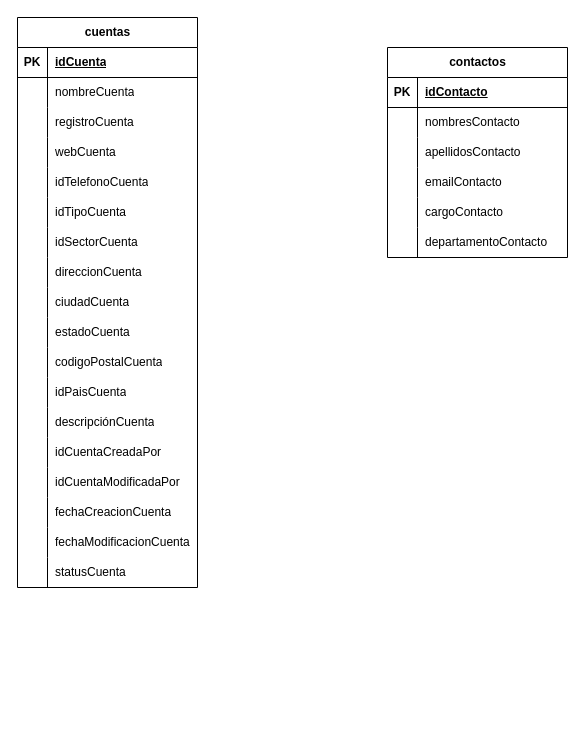
Before: bd people.drawio in ocpdata/BDPeople, a draw.io diagram. Source tidied: cells renumbered, new cells numbered last; positions are measured from the earlier drawing's top-left corner, leaving out a move shared by most shapes. Both pictures are drawn from the tidied source at 100%, with x=0, y=0 at pixel (17, 17).
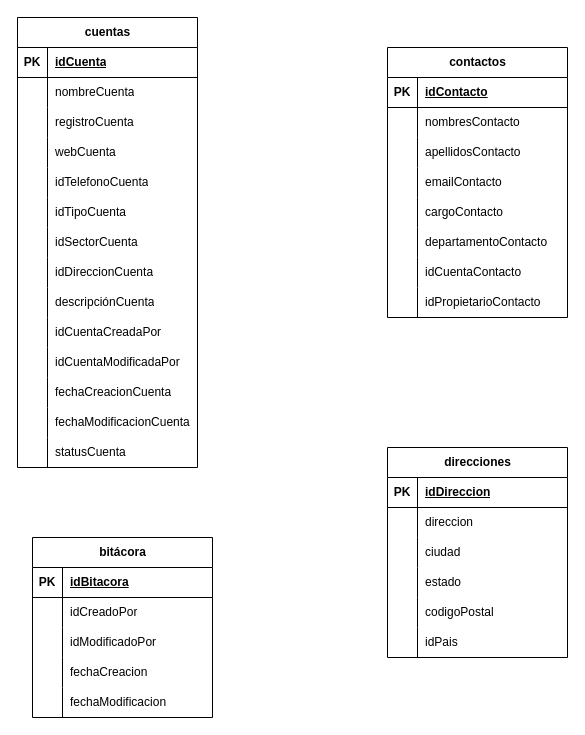
Above is the later version.

Unchanged cells that the change refers to:
```xml
<mxCell id="24" style="shape=tableRow;horizontal=0;startSize=0;swimlaneHead=0;swimlaneBody=0;fillColor=none;top=0;left=0;right=0;bottom=0;" parent="2" vertex="1">
  <mxGeometry y="240" width="180" height="30" as="geometry" />
</mxCell>
```

The edit, as a diff of the source:
```diff
@@
     <mxCell id="2" value="cuentas" style="shape=table;startSize=30;childLayout=tableLayout;rowLines=0;fontStyle=1;align=center;html=1;" parent="1" vertex="1">
-      <mxGeometry width="180" height="570" as="geometry" />
+      <mxGeometry width="180" height="450" as="geometry" />
     </mxCell>
@@
-    <mxCell id="26" value="direccionCuenta" style="shape=partialRectangle;fillColor=none;top=0;left=0;bottom=0;right=0;align=left;spacingLeft=6;overflow=hidden;whiteSpace=wrap;html=1;" parent="24" vertex="1">
+    <mxCell id="26" value="idDireccionCuenta" style="shape=partialRectangle;fillColor=none;top=0;left=0;bottom=0;right=0;align=left;spacingLeft=6;overflow=hidden;whiteSpace=wrap;html=1;" parent="24" vertex="1">
       <mxGeometry x="30" width="150" height="30" as="geometry" />
     </mxCell>
-    <mxCell id="27" style="shape=tableRow;horizontal=0;startSize=0;swimlaneHead=0;swimlaneBody=0;fillColor=none;top=0;left=0;right=0;bottom=0;" parent="2" vertex="1">
-      <mxGeometry y="270" width="180" height="30" as="geometry" />
-    </mxCell>
-    <mxCell id="28" style="shape=partialRectangle;fillColor=none;top=0;left=0;bottom=0;right=0;overflow=hidden;whiteSpace=wrap;html=1;" parent="27" vertex="1">
-      <mxGeometry width="30" height="30" as="geometry" />
-    </mxCell>
-    <mxCell id="29" value="ciudadCuenta" style="shape=partialRectangle;fillColor=none;top=0;left=0;bottom=0;right=0;align=left;spacingLeft=6;overflow=hidden;whiteSpace=wrap;html=1;" parent="27" vertex="1">
-      <mxGeometry x="30" width="150" height="30" as="geometry" />
-    </mxCell>
-    <mxCell id="30" style="shape=tableRow;horizontal=0;startSize=0;swimlaneHead=0;swimlaneBody=0;fillColor=none;top=0;left=0;right=0;bottom=0;" parent="2" vertex="1">
-      <mxGeometry y="300" width="180" height="30" as="geometry" />
-    </mxCell>
-    <mxCell id="31" style="shape=partialRectangle;fillColor=none;top=0;left=0;bottom=0;right=0;overflow=hidden;whiteSpace=wrap;html=1;" parent="30" vertex="1">
-      <mxGeometry width="30" height="30" as="geometry" />
-    </mxCell>
-    <mxCell id="32" value="estadoCuenta" style="shape=partialRectangle;fillColor=none;top=0;left=0;bottom=0;right=0;align=left;spacingLeft=6;overflow=hidden;whiteSpace=wrap;html=1;" parent="30" vertex="1">
-      <mxGeometry x="30" width="150" height="30" as="geometry" />
-    </mxCell>
-    <mxCell id="33" style="shape=tableRow;horizontal=0;startSize=0;swimlaneHead=0;swimlaneBody=0;fillColor=none;top=0;left=0;right=0;bottom=0;" parent="2" vertex="1">
-      <mxGeometry y="330" width="180" height="30" as="geometry" />
-    </mxCell>
-    <mxCell id="34" style="shape=partialRectangle;fillColor=none;top=0;left=0;bottom=0;right=0;overflow=hidden;whiteSpace=wrap;html=1;" parent="33" vertex="1">
-      <mxGeometry width="30" height="30" as="geometry" />
-    </mxCell>
-    <mxCell id="35" value="codigoPostalCuenta" style="shape=partialRectangle;fillColor=none;top=0;left=0;bottom=0;right=0;align=left;spacingLeft=6;overflow=hidden;whiteSpace=wrap;html=1;" parent="33" vertex="1">
-      <mxGeometry x="30" width="150" height="30" as="geometry" />
-    </mxCell>
-    <mxCell id="36" style="shape=tableRow;horizontal=0;startSize=0;swimlaneHead=0;swimlaneBody=0;fillColor=none;top=0;left=0;right=0;bottom=0;" parent="2" vertex="1">
-      <mxGeometry y="360" width="180" height="30" as="geometry" />
-    </mxCell>
-    <mxCell id="37" style="shape=partialRectangle;fillColor=none;top=0;left=0;bottom=0;right=0;overflow=hidden;whiteSpace=wrap;html=1;" parent="36" vertex="1">
-      <mxGeometry width="30" height="30" as="geometry" />
-    </mxCell>
-    <mxCell id="38" value="idPaisCuenta" style="shape=partialRectangle;fillColor=none;top=0;left=0;bottom=0;right=0;align=left;spacingLeft=6;overflow=hidden;whiteSpace=wrap;html=1;" parent="36" vertex="1">
-      <mxGeometry x="30" width="150" height="30" as="geometry" />
-    </mxCell>
     <mxCell id="39" style="shape=tableRow;horizontal=0;startSize=0;swimlaneHead=0;swimlaneBody=0;fillColor=none;top=0;left=0;right=0;bottom=0;" parent="2" vertex="1">
-      <mxGeometry y="390" width="180" height="30" as="geometry" />
+      <mxGeometry y="270" width="180" height="30" as="geometry" />
     </mxCell>
@@
     <mxCell id="42" style="shape=tableRow;horizontal=0;startSize=0;swimlaneHead=0;swimlaneBody=0;fillColor=none;top=0;left=0;right=0;bottom=0;" parent="2" vertex="1">
-      <mxGeometry y="420" width="180" height="30" as="geometry" />
+      <mxGeometry y="300" width="180" height="30" as="geometry" />
     </mxCell>
@@
     <mxCell id="45" style="shape=tableRow;horizontal=0;startSize=0;swimlaneHead=0;swimlaneBody=0;fillColor=none;top=0;left=0;right=0;bottom=0;" parent="2" vertex="1">
-      <mxGeometry y="450" width="180" height="30" as="geometry" />
+      <mxGeometry y="330" width="180" height="30" as="geometry" />
     </mxCell>
@@
     <mxCell id="48" style="shape=tableRow;horizontal=0;startSize=0;swimlaneHead=0;swimlaneBody=0;fillColor=none;top=0;left=0;right=0;bottom=0;" parent="2" vertex="1">
-      <mxGeometry y="480" width="180" height="30" as="geometry" />
+      <mxGeometry y="360" width="180" height="30" as="geometry" />
     </mxCell>
@@
     <mxCell id="51" style="shape=tableRow;horizontal=0;startSize=0;swimlaneHead=0;swimlaneBody=0;fillColor=none;top=0;left=0;right=0;bottom=0;" parent="2" vertex="1">
-      <mxGeometry y="510" width="180" height="30" as="geometry" />
+      <mxGeometry y="390" width="180" height="30" as="geometry" />
     </mxCell>
@@
     <mxCell id="54" style="shape=tableRow;horizontal=0;startSize=0;swimlaneHead=0;swimlaneBody=0;fillColor=none;top=0;left=0;right=0;bottom=0;" parent="2" vertex="1">
-      <mxGeometry y="540" width="180" height="30" as="geometry" />
+      <mxGeometry y="420" width="180" height="30" as="geometry" />
     </mxCell>
@@
     <mxCell id="57" value="contactos" style="shape=table;startSize=30;childLayout=tableLayout;rowLines=0;fontStyle=1;align=center;html=1;" parent="1" vertex="1">
-      <mxGeometry x="370" y="30" width="180" height="210" as="geometry" />
+      <mxGeometry x="370" y="30" width="180" height="270" as="geometry" />
     </mxCell>
@@
+    <mxCell id="76" style="shape=tableRow;horizontal=0;startSize=0;swimlaneHead=0;swimlaneBody=0;fillColor=none;top=0;left=0;right=0;bottom=0;" parent="57" vertex="1">
+      <mxGeometry y="210" width="180" height="30" as="geometry" />
+    </mxCell>
+    <mxCell id="77" style="shape=partialRectangle;fillColor=none;top=0;left=0;bottom=0;right=0;overflow=hidden;whiteSpace=wrap;html=1;" parent="76" vertex="1">
+      <mxGeometry width="30" height="30" as="geometry" />
+    </mxCell>
+    <mxCell id="78" value="idCuentaContacto" style="shape=partialRectangle;fillColor=none;top=0;left=0;bottom=0;right=0;align=left;spacingLeft=6;overflow=hidden;whiteSpace=wrap;html=1;" parent="76" vertex="1">
+      <mxGeometry x="30" width="150" height="30" as="geometry" />
+    </mxCell>
+    <mxCell id="79" style="shape=tableRow;horizontal=0;startSize=0;swimlaneHead=0;swimlaneBody=0;fillColor=none;top=0;left=0;right=0;bottom=0;" parent="57" vertex="1">
+      <mxGeometry y="240" width="180" height="30" as="geometry" />
+    </mxCell>
+    <mxCell id="80" style="shape=partialRectangle;fillColor=none;top=0;left=0;bottom=0;right=0;overflow=hidden;whiteSpace=wrap;html=1;" parent="79" vertex="1">
+      <mxGeometry width="30" height="30" as="geometry" />
+    </mxCell>
+    <mxCell id="81" value="idPropietarioContacto" style="shape=partialRectangle;fillColor=none;top=0;left=0;bottom=0;right=0;align=left;spacingLeft=6;overflow=hidden;whiteSpace=wrap;html=1;" parent="79" vertex="1">
+      <mxGeometry x="30" width="150" height="30" as="geometry" />
+    </mxCell>
+    <mxCell id="82" value="direcciones" style="shape=table;startSize=30;childLayout=tableLayout;rowLines=0;fontStyle=1;align=center;html=1;" parent="1" vertex="1">
+      <mxGeometry x="370" y="430" width="180" height="210" as="geometry" />
+    </mxCell>
+    <mxCell id="83" style="shape=tableRow;horizontal=0;startSize=0;swimlaneHead=0;swimlaneBody=0;fillColor=none;top=0;left=0;right=0;bottom=1;" parent="82" vertex="1">
+      <mxGeometry y="30" width="180" height="30" as="geometry" />
+    </mxCell>
+    <mxCell id="84" value="PK" style="shape=partialRectangle;fillColor=none;top=0;left=0;bottom=0;right=0;fontStyle=1;overflow=hidden;whiteSpace=wrap;html=1;" parent="83" vertex="1">
+      <mxGeometry width="30" height="30" as="geometry" />
+    </mxCell>
+    <mxCell id="85" value="idDireccion" style="shape=partialRectangle;fillColor=none;top=0;left=0;bottom=0;right=0;align=left;spacingLeft=6;fontStyle=5;overflow=hidden;whiteSpace=wrap;html=1;" parent="83" vertex="1">
+      <mxGeometry x="30" width="150" height="30" as="geometry" />
+    </mxCell>
+    <mxCell id="86" style="shape=tableRow;horizontal=0;startSize=0;swimlaneHead=0;swimlaneBody=0;fillColor=none;top=0;left=0;right=0;bottom=0;" parent="82" vertex="1">
+      <mxGeometry y="60" width="180" height="30" as="geometry" />
+    </mxCell>
+    <mxCell id="87" style="shape=partialRectangle;fillColor=none;top=0;left=0;bottom=0;right=0;overflow=hidden;whiteSpace=wrap;html=1;" parent="86" vertex="1">
+      <mxGeometry width="30" height="30" as="geometry" />
+    </mxCell>
+    <mxCell id="88" value="direccion" style="shape=partialRectangle;fillColor=none;top=0;left=0;bottom=0;right=0;align=left;spacingLeft=6;overflow=hidden;whiteSpace=wrap;html=1;" parent="86" vertex="1">
+      <mxGeometry x="30" width="150" height="30" as="geometry" />
+    </mxCell>
+    <mxCell id="89" style="shape=tableRow;horizontal=0;startSize=0;swimlaneHead=0;swimlaneBody=0;fillColor=none;top=0;left=0;right=0;bottom=0;" parent="82" vertex="1">
+      <mxGeometry y="90" width="180" height="30" as="geometry" />
+    </mxCell>
+    <mxCell id="90" style="shape=partialRectangle;fillColor=none;top=0;left=0;bottom=0;right=0;overflow=hidden;whiteSpace=wrap;html=1;" parent="89" vertex="1">
+      <mxGeometry width="30" height="30" as="geometry" />
+    </mxCell>
+    <mxCell id="91" value="ciudad" style="shape=partialRectangle;fillColor=none;top=0;left=0;bottom=0;right=0;align=left;spacingLeft=6;overflow=hidden;whiteSpace=wrap;html=1;" parent="89" vertex="1">
+      <mxGeometry x="30" width="150" height="30" as="geometry" />
+    </mxCell>
+    <mxCell id="92" style="shape=tableRow;horizontal=0;startSize=0;swimlaneHead=0;swimlaneBody=0;fillColor=none;top=0;left=0;right=0;bottom=0;" parent="82" vertex="1">
+      <mxGeometry y="120" width="180" height="30" as="geometry" />
+    </mxCell>
+    <mxCell id="93" style="shape=partialRectangle;fillColor=none;top=0;left=0;bottom=0;right=0;overflow=hidden;whiteSpace=wrap;html=1;" parent="92" vertex="1">
+      <mxGeometry width="30" height="30" as="geometry" />
+    </mxCell>
+    <mxCell id="94" value="estado" style="shape=partialRectangle;fillColor=none;top=0;left=0;bottom=0;right=0;align=left;spacingLeft=6;overflow=hidden;whiteSpace=wrap;html=1;" parent="92" vertex="1">
+      <mxGeometry x="30" width="150" height="30" as="geometry" />
+    </mxCell>
+    <mxCell id="95" style="shape=tableRow;horizontal=0;startSize=0;swimlaneHead=0;swimlaneBody=0;fillColor=none;top=0;left=0;right=0;bottom=0;" parent="82" vertex="1">
+      <mxGeometry y="150" width="180" height="30" as="geometry" />
+    </mxCell>
+    <mxCell id="96" style="shape=partialRectangle;fillColor=none;top=0;left=0;bottom=0;right=0;overflow=hidden;whiteSpace=wrap;html=1;" parent="95" vertex="1">
+      <mxGeometry width="30" height="30" as="geometry" />
+    </mxCell>
+    <mxCell id="97" value="codigoPostal" style="shape=partialRectangle;fillColor=none;top=0;left=0;bottom=0;right=0;align=left;spacingLeft=6;overflow=hidden;whiteSpace=wrap;html=1;" parent="95" vertex="1">
+      <mxGeometry x="30" width="150" height="30" as="geometry" />
+    </mxCell>
+    <mxCell id="98" style="shape=tableRow;horizontal=0;startSize=0;swimlaneHead=0;swimlaneBody=0;fillColor=none;top=0;left=0;right=0;bottom=0;" parent="82" vertex="1">
+      <mxGeometry y="180" width="180" height="30" as="geometry" />
+    </mxCell>
+    <mxCell id="99" style="shape=partialRectangle;fillColor=none;top=0;left=0;bottom=0;right=0;overflow=hidden;whiteSpace=wrap;html=1;" parent="98" vertex="1">
+      <mxGeometry width="30" height="30" as="geometry" />
+    </mxCell>
+    <mxCell id="100" value="idPais" style="shape=partialRectangle;fillColor=none;top=0;left=0;bottom=0;right=0;align=left;spacingLeft=6;overflow=hidden;whiteSpace=wrap;html=1;" parent="98" vertex="1">
+      <mxGeometry x="30" width="150" height="30" as="geometry" />
+    </mxCell>
+    <mxCell id="101" value="bitácora" style="shape=table;startSize=30;childLayout=tableLayout;rowLines=0;fontStyle=1;align=center;html=1;" parent="1" vertex="1">
+      <mxGeometry x="15" y="520" width="180" height="180" as="geometry" />
+    </mxCell>
+    <mxCell id="102" style="shape=tableRow;horizontal=0;startSize=0;swimlaneHead=0;swimlaneBody=0;fillColor=none;top=0;left=0;right=0;bottom=1;" parent="101" vertex="1">
+      <mxGeometry y="30" width="180" height="30" as="geometry" />
+    </mxCell>
+    <mxCell id="103" value="PK" style="shape=partialRectangle;fillColor=none;top=0;left=0;bottom=0;right=0;fontStyle=1;overflow=hidden;whiteSpace=wrap;html=1;" parent="102" vertex="1">
+      <mxGeometry width="30" height="30" as="geometry" />
+    </mxCell>
+    <mxCell id="104" value="idBitacora" style="shape=partialRectangle;fillColor=none;top=0;left=0;bottom=0;right=0;align=left;spacingLeft=6;fontStyle=5;overflow=hidden;whiteSpace=wrap;html=1;" parent="102" vertex="1">
+      <mxGeometry x="30" width="150" height="30" as="geometry" />
+    </mxCell>
+    <mxCell id="105" style="shape=tableRow;horizontal=0;startSize=0;swimlaneHead=0;swimlaneBody=0;fillColor=none;top=0;left=0;right=0;bottom=0;" parent="101" vertex="1">
+      <mxGeometry y="60" width="180" height="30" as="geometry" />
+    </mxCell>
+    <mxCell id="106" style="shape=partialRectangle;fillColor=none;top=0;left=0;bottom=0;right=0;overflow=hidden;whiteSpace=wrap;html=1;" parent="105" vertex="1">
+      <mxGeometry width="30" height="30" as="geometry" />
+    </mxCell>
+    <mxCell id="107" value="idCreadoPor" style="shape=partialRectangle;fillColor=none;top=0;left=0;bottom=0;right=0;align=left;spacingLeft=6;overflow=hidden;whiteSpace=wrap;html=1;" parent="105" vertex="1">
+      <mxGeometry x="30" width="150" height="30" as="geometry" />
+    </mxCell>
+    <mxCell id="108" style="shape=tableRow;horizontal=0;startSize=0;swimlaneHead=0;swimlaneBody=0;fillColor=none;top=0;left=0;right=0;bottom=0;" parent="101" vertex="1">
+      <mxGeometry y="90" width="180" height="30" as="geometry" />
+    </mxCell>
+    <mxCell id="109" style="shape=partialRectangle;fillColor=none;top=0;left=0;bottom=0;right=0;overflow=hidden;whiteSpace=wrap;html=1;" parent="108" vertex="1">
+      <mxGeometry width="30" height="30" as="geometry" />
+    </mxCell>
+    <mxCell id="110" value="idModificadoPor" style="shape=partialRectangle;fillColor=none;top=0;left=0;bottom=0;right=0;align=left;spacingLeft=6;overflow=hidden;whiteSpace=wrap;html=1;" parent="108" vertex="1">
+      <mxGeometry x="30" width="150" height="30" as="geometry" />
+    </mxCell>
+    <mxCell id="111" style="shape=tableRow;horizontal=0;startSize=0;swimlaneHead=0;swimlaneBody=0;fillColor=none;top=0;left=0;right=0;bottom=0;" parent="101" vertex="1">
+      <mxGeometry y="120" width="180" height="30" as="geometry" />
+    </mxCell>
+    <mxCell id="112" style="shape=partialRectangle;fillColor=none;top=0;left=0;bottom=0;right=0;overflow=hidden;whiteSpace=wrap;html=1;" parent="111" vertex="1">
+      <mxGeometry width="30" height="30" as="geometry" />
+    </mxCell>
+    <mxCell id="113" value="fechaCreacion" style="shape=partialRectangle;fillColor=none;top=0;left=0;bottom=0;right=0;align=left;spacingLeft=6;overflow=hidden;whiteSpace=wrap;html=1;" parent="111" vertex="1">
+      <mxGeometry x="30" width="150" height="30" as="geometry" />
+    </mxCell>
+    <mxCell id="114" style="shape=tableRow;horizontal=0;startSize=0;swimlaneHead=0;swimlaneBody=0;fillColor=none;top=0;left=0;right=0;bottom=0;" parent="101" vertex="1">
+      <mxGeometry y="150" width="180" height="30" as="geometry" />
+    </mxCell>
+    <mxCell id="115" style="shape=partialRectangle;fillColor=none;top=0;left=0;bottom=0;right=0;overflow=hidden;whiteSpace=wrap;html=1;" parent="114" vertex="1">
+      <mxGeometry width="30" height="30" as="geometry" />
+    </mxCell>
+    <mxCell id="116" value="fechaModificacion" style="shape=partialRectangle;fillColor=none;top=0;left=0;bottom=0;right=0;align=left;spacingLeft=6;overflow=hidden;whiteSpace=wrap;html=1;" parent="114" vertex="1">
+      <mxGeometry x="30" width="150" height="30" as="geometry" />
+    </mxCell>
```
